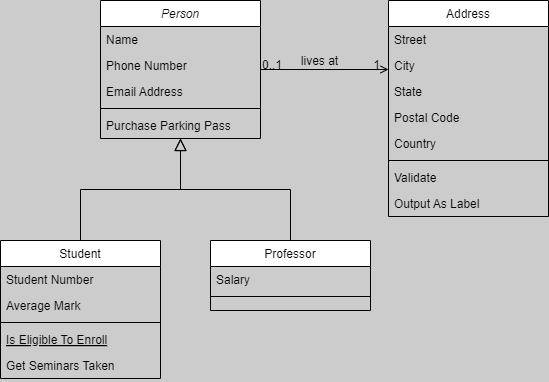
This is images/domain_model.drawio.png from calvin-cs262-fall2024-thefunteam/Project, a draw.io export, as it was before one commit. Source tidied: cells renumbered, new cells last; positions are measured from the earlier drawing's top-left corner, leaving out a move shared by most shapes.
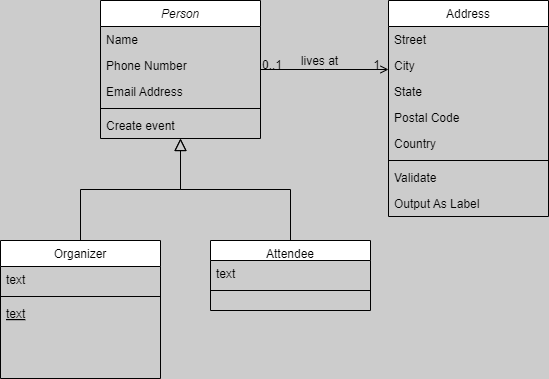
After the change.

What changed in the source:
```diff
@@ -17,38 +17,32 @@
     <mxCell id="6" style="line;html=1;strokeWidth=1;align=left;verticalAlign=middle;spacingTop=-1;spacingLeft=3;spacingRight=3;labelPosition=right;" parent="2" vertex="1">
       <mxGeometry y="104" width="160" height="8" as="geometry" />
     </mxCell>
-    <mxCell id="7" value="Purchase Parking Pass" style="text;align=left;verticalAlign=top;spacingLeft=4;spacingRight=4;overflow=hidden;" parent="2" vertex="1">
+    <mxCell id="7" value="Create event" style="text;align=left;verticalAlign=top;spacingLeft=4;spacingRight=4;overflow=hidden;" parent="2" vertex="1">
       <mxGeometry y="112" width="160" height="26" as="geometry" />
     </mxCell>
-    <mxCell id="8" value="Student" style="swimlane;fontStyle=0;align=center;verticalAlign=top;horizontal=1;startSize=26;rounded=0;shadow=0;strokeWidth=1;" parent="1" vertex="1">
+    <mxCell id="8" value="Organizer" style="swimlane;fontStyle=0;align=center;verticalAlign=top;horizontal=1;startSize=26;rounded=0;shadow=0;strokeWidth=1;" parent="1" vertex="1">
       <mxGeometry y="240" width="160" height="138" as="geometry" />
     </mxCell>
-    <mxCell id="9" value="Student Number" style="text;align=left;verticalAlign=top;spacingLeft=4;spacingRight=4;overflow=hidden;" parent="8" vertex="1">
-      <mxGeometry y="26" width="160" height="26" as="geometry" />
-    </mxCell>
-    <mxCell id="10" value="Average Mark" style="text;align=left;verticalAlign=top;spacingLeft=4;spacingRight=4;overflow=hidden;rounded=0;shadow=0;html=0;" parent="8" vertex="1">
-      <mxGeometry y="52" width="160" height="26" as="geometry" />
+    <mxCell id="10" value="text" style="text;align=left;verticalAlign=top;spacingLeft=4;spacingRight=4;overflow=hidden;rounded=0;shadow=0;html=0;" parent="8" vertex="1">
+      <mxGeometry y="26" width="160" height="26" as="geometry" />
     </mxCell>
     <mxCell id="11" style="line;html=1;strokeWidth=1;align=left;verticalAlign=middle;spacingTop=-1;spacingLeft=3;spacingRight=3;labelPosition=right;" parent="8" vertex="1">
-      <mxGeometry y="78" width="160" height="8" as="geometry" />
+      <mxGeometry y="52" width="160" height="8" as="geometry" />
     </mxCell>
-    <mxCell id="12" value="Is Eligible To Enroll" style="text;align=left;verticalAlign=top;spacingLeft=4;spacingRight=4;overflow=hidden;fontStyle=4;" parent="8" vertex="1">
-      <mxGeometry y="86" width="160" height="26" as="geometry" />
+    <mxCell id="12" value="text" style="text;align=left;verticalAlign=top;spacingLeft=4;spacingRight=4;overflow=hidden;fontStyle=4;" parent="8" vertex="1">
+      <mxGeometry y="60" width="160" height="26" as="geometry" />
     </mxCell>
-    <mxCell id="13" value="Get Seminars Taken" style="text;align=left;verticalAlign=top;spacingLeft=4;spacingRight=4;overflow=hidden;" parent="8" vertex="1">
-      <mxGeometry y="112" width="160" height="26" as="geometry" />
-    </mxCell>
     <mxCell id="14" style="endArrow=block;endSize=10;endFill=0;shadow=0;strokeWidth=1;rounded=0;curved=0;edgeStyle=elbowEdgeStyle;elbow=vertical;" parent="1" edge="1" source="8" target="2">
       <mxGeometry relative="1" as="geometry" />
     </mxCell>
-    <mxCell id="15" value="Professor" style="swimlane;fontStyle=0;align=center;verticalAlign=top;horizontal=1;startSize=26;rounded=0;shadow=0;strokeWidth=1;" parent="1" vertex="1">
+    <mxCell id="15" value="Attendee" style="swimlane;fontStyle=0;align=center;verticalAlign=top;horizontal=1;startSize=20;rounded=0;shadow=0;strokeWidth=1;" parent="1" vertex="1">
       <mxGeometry x="210" y="240" width="160" height="70" as="geometry" />
     </mxCell>
-    <mxCell id="16" value="Salary" style="text;align=left;verticalAlign=top;spacingLeft=4;spacingRight=4;overflow=hidden;" parent="15" vertex="1">
-      <mxGeometry y="26" width="160" height="26" as="geometry" />
+    <mxCell id="16" value="text" style="text;align=left;verticalAlign=top;spacingLeft=4;spacingRight=4;overflow=hidden;" parent="15" vertex="1">
+      <mxGeometry y="20" width="160" height="26" as="geometry" />
     </mxCell>
     <mxCell id="17" style="line;html=1;strokeWidth=1;align=left;verticalAlign=middle;spacingTop=-1;spacingLeft=3;spacingRight=3;labelPosition=right;" parent="15" vertex="1">
-      <mxGeometry y="52" width="160" height="8" as="geometry" />
+      <mxGeometry y="46" width="160" height="8" as="geometry" />
     </mxCell>
     <mxCell id="18" style="endArrow=block;endSize=10;endFill=0;shadow=0;strokeWidth=1;rounded=0;curved=0;edgeStyle=elbowEdgeStyle;elbow=vertical;" parent="1" edge="1" source="15" target="2">
       <mxGeometry relative="1" as="geometry" />
```
